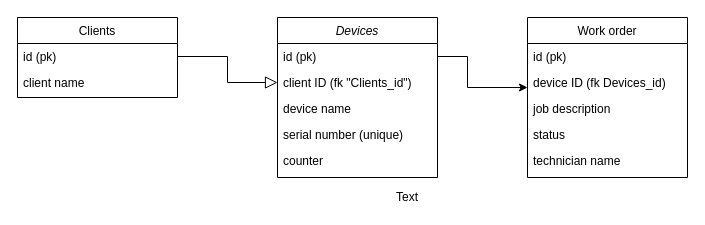
This is Untitled Diagram.drawio from MortenGitKonto/vali-it-project, a draw.io file, before an edit. Source tidied: cells renumbered, new cells numbered last; positions are measured from the earlier drawing's top-left corner, leaving out a move shared by most shapes. Both pictures are drawn from the tidied source at 100%, with x=0, y=0 at pixel (17, 17).
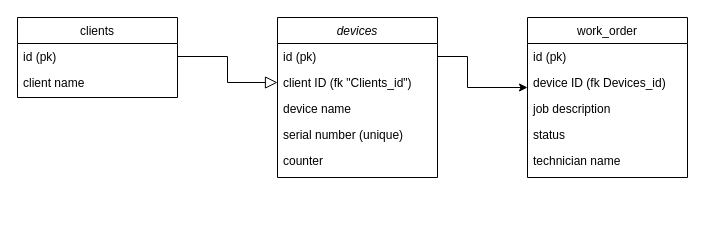
After the change.

What changed in the source:
```diff
@@
-    <mxCell id="3" value="Devices" style="swimlane;fontStyle=2;align=center;verticalAlign=top;horizontal=1;startSize=26;rounded=0;shadow=0;strokeWidth=1;" parent="1" vertex="1">
+    <mxCell id="3" value="devices" style="swimlane;fontStyle=2;align=center;verticalAlign=top;horizontal=1;startSize=26;rounded=0;shadow=0;strokeWidth=1;" parent="1" vertex="1">
       <mxGeometry x="260" width="160" height="160" as="geometry" />
     </mxCell>
@@
-    <mxCell id="9" value="Clients" style="swimlane;fontStyle=0;align=center;verticalAlign=top;horizontal=1;startSize=26;rounded=0;shadow=0;strokeWidth=1;" parent="1" vertex="1">
+    <mxCell id="9" value="clients" style="swimlane;fontStyle=0;align=center;verticalAlign=top;horizontal=1;startSize=26;rounded=0;shadow=0;strokeWidth=1;" parent="1" vertex="1">
       <mxGeometry width="160" height="80" as="geometry" />
     </mxCell>
@@
-    <mxCell id="13" value="Work order" style="swimlane;fontStyle=0;align=center;verticalAlign=top;horizontal=1;startSize=26;rounded=0;shadow=0;strokeWidth=1;" parent="1" vertex="1">
+    <mxCell id="13" value="work_order" style="swimlane;fontStyle=0;align=center;verticalAlign=top;horizontal=1;startSize=26;rounded=0;shadow=0;strokeWidth=1;" parent="1" vertex="1">
       <mxGeometry x="510" width="160" height="160" as="geometry" />
     </mxCell>
@@
-    <mxCell id="19" value="Text" style="text;html=1;strokeColor=none;fillColor=none;align=center;verticalAlign=middle;whiteSpace=wrap;rounded=0;" parent="1" vertex="1">
-      <mxGeometry x="370" y="170" width="40" height="20" as="geometry" />
-    </mxCell>
```
